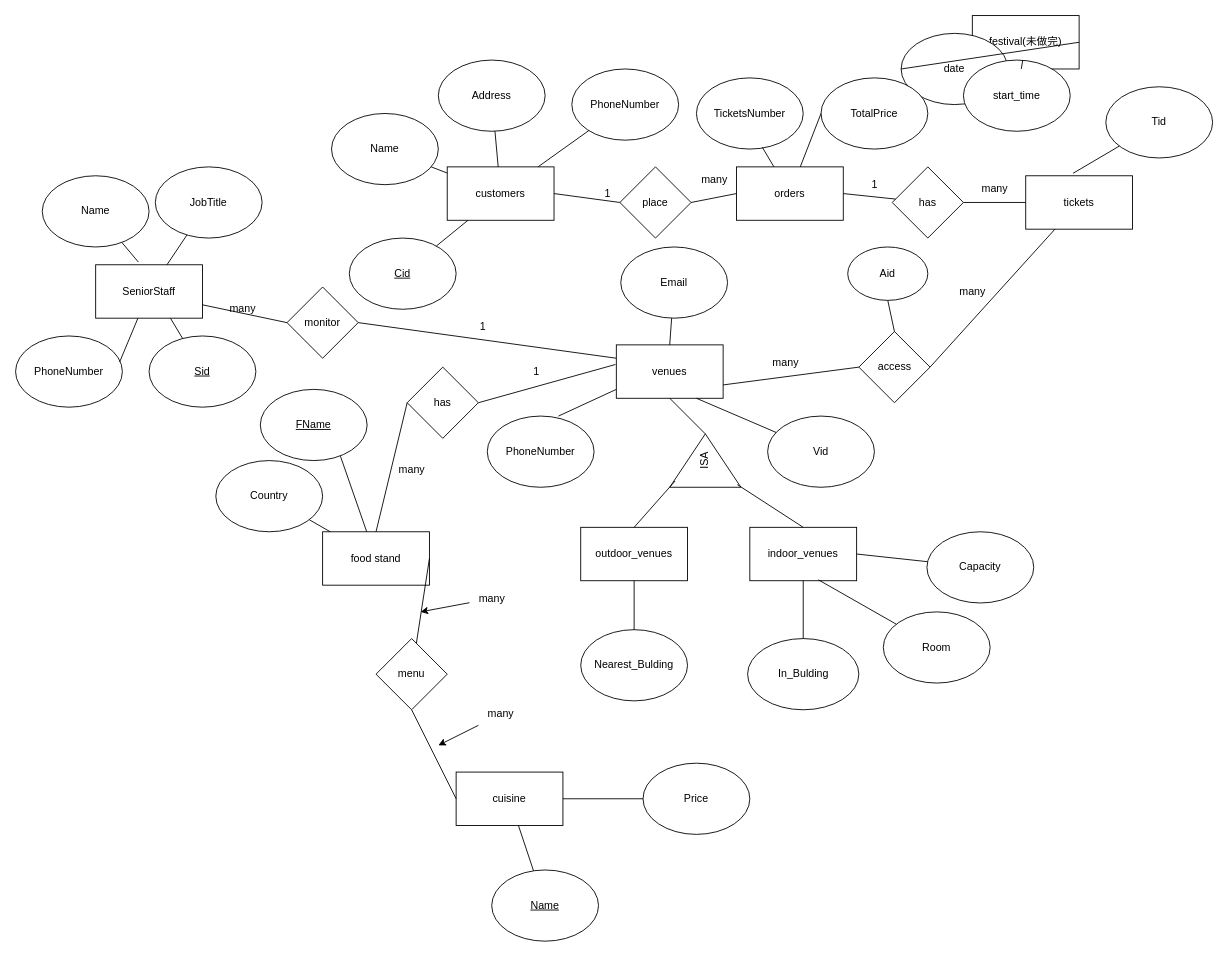
The draw.io diagram dataweek1.drawio in clostea/draw, before the edit. Source tidied: cells renumbered, new cells numbered last; positions are measured from the earlier drawing's top-left corner, leaving out a move shared by most shapes. Both pictures are drawn from the tidied source at 89%, with x=0, y=0 at pixel (15, 15).
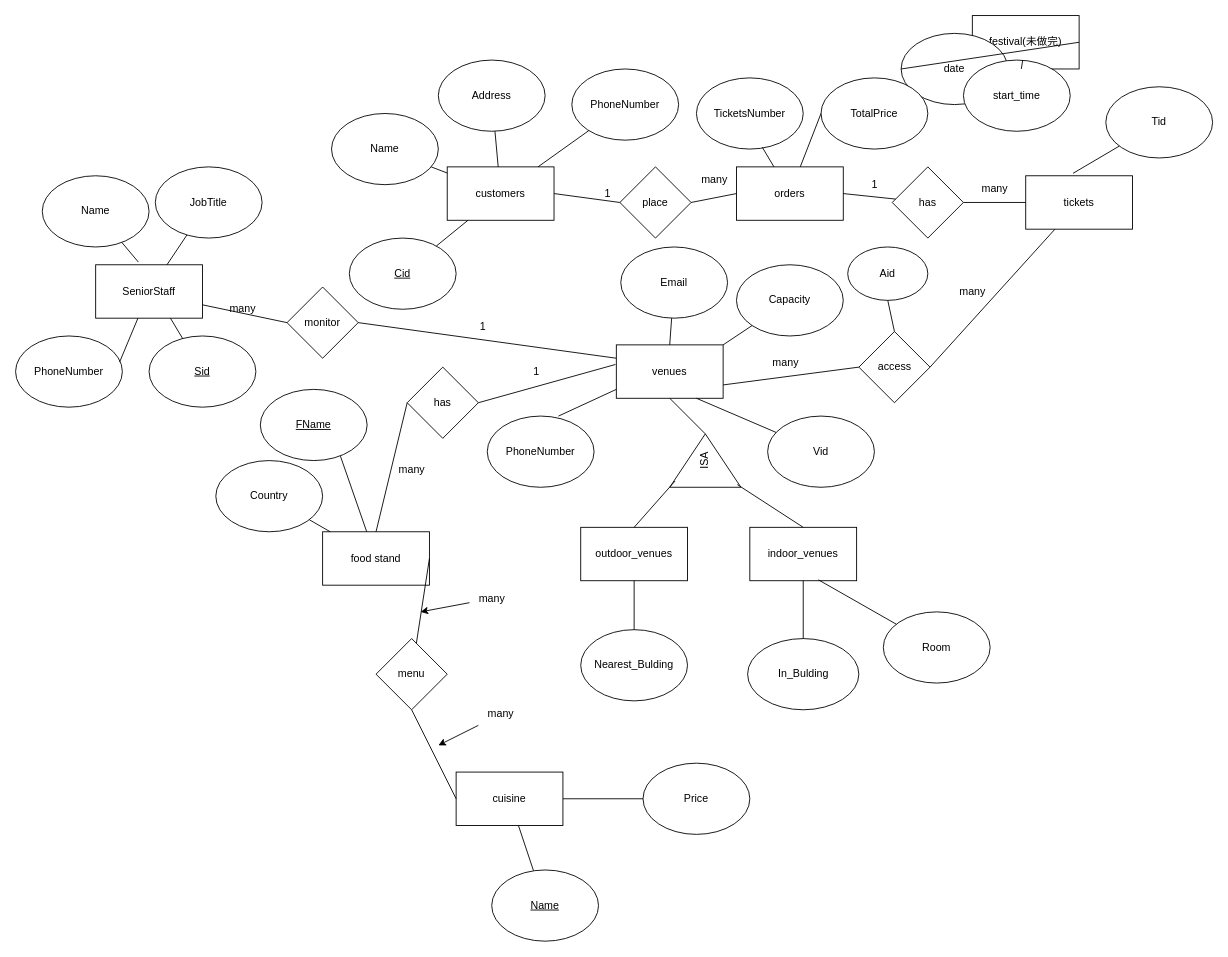
The same diagram, later.

Unchanged cells that the change refers to:
```xml
<mxCell id="5" value="venues" style="rounded=0;whiteSpace=wrap;html=1;" parent="1" vertex="1">
  <mxGeometry x="675" y="370" width="120" height="60" as="geometry" />
</mxCell>
<mxCell id="47" value="indoor_venues" style="rounded=0;whiteSpace=wrap;html=1;" parent="1" vertex="1">
  <mxGeometry x="825" y="575" width="120" height="60" as="geometry" />
</mxCell>
```

Change to the diagram source:
```diff
@@
     <mxCell id="38" value="Capacity" style="ellipse;whiteSpace=wrap;html=1;" parent="1" vertex="1">
-      <mxGeometry x="1024" y="580" width="120" height="80" as="geometry" />
+      <mxGeometry x="810" y="280" width="120" height="80" as="geometry" />
     </mxCell>
-    <mxCell id="39" style="endArrow=none;html=1;rounded=0;entryX=1;entryY=0.5;entryDx=0;entryDy=0;" parent="1" edge="1" source="38" target="47">
+    <mxCell id="39" style="endArrow=none;html=1;rounded=0;entryX=1;entryY=0;entryDx=0;entryDy=0;" parent="1" edge="1" source="38" target="5">
       <mxGeometry relative="1" as="geometry" />
     </mxCell>
```
